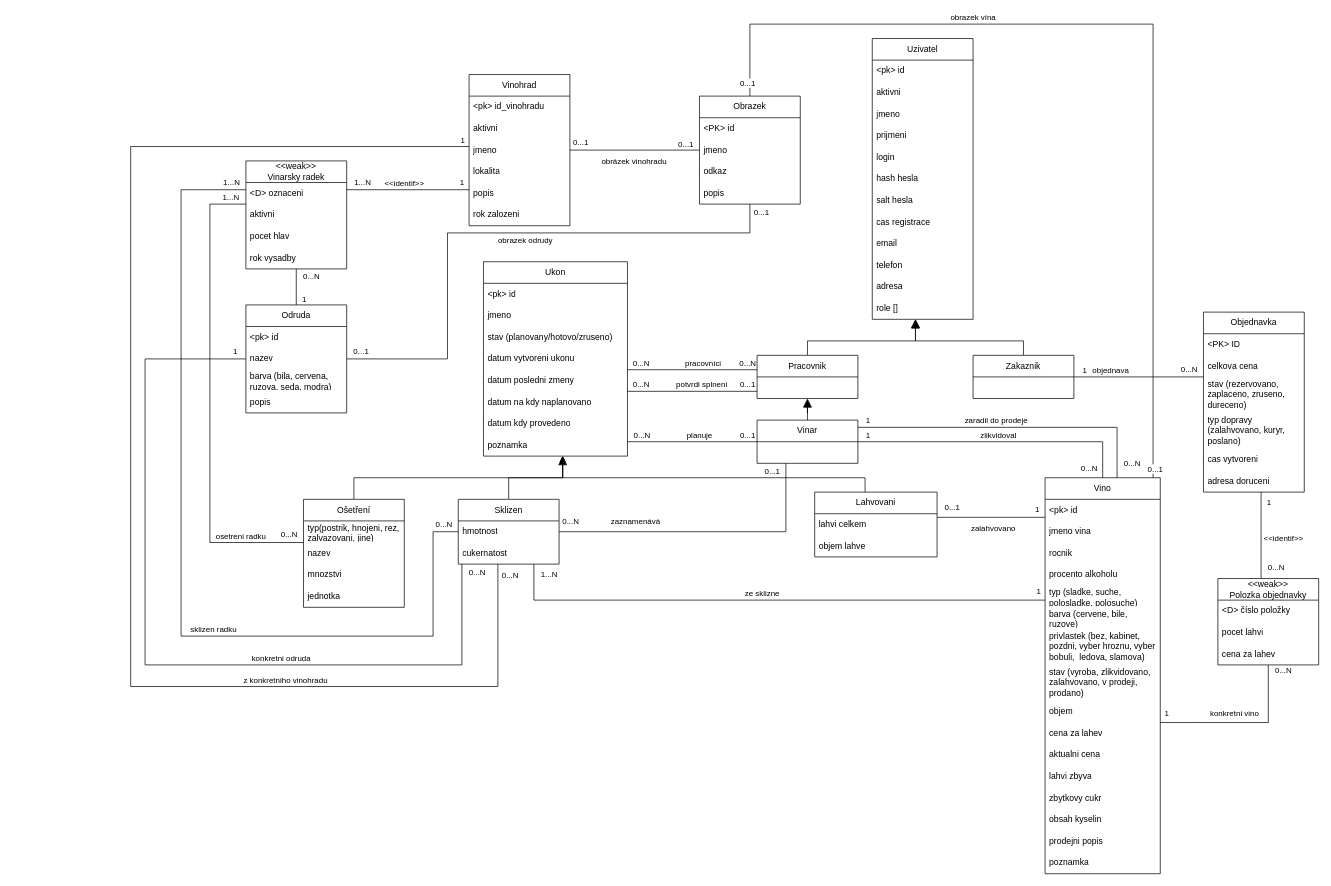
The draw.io diagram docs/iis_er.drawio in MiroSatona/winery-information-system, before the edit. Source tidied: cells renumbered, new cells numbered last; positions are measured from the earlier drawing's top-left corner, leaving out a move shared by most shapes. Both pictures are drawn from the tidied source at 72%, with x=0, y=0 at pixel (130, 24).
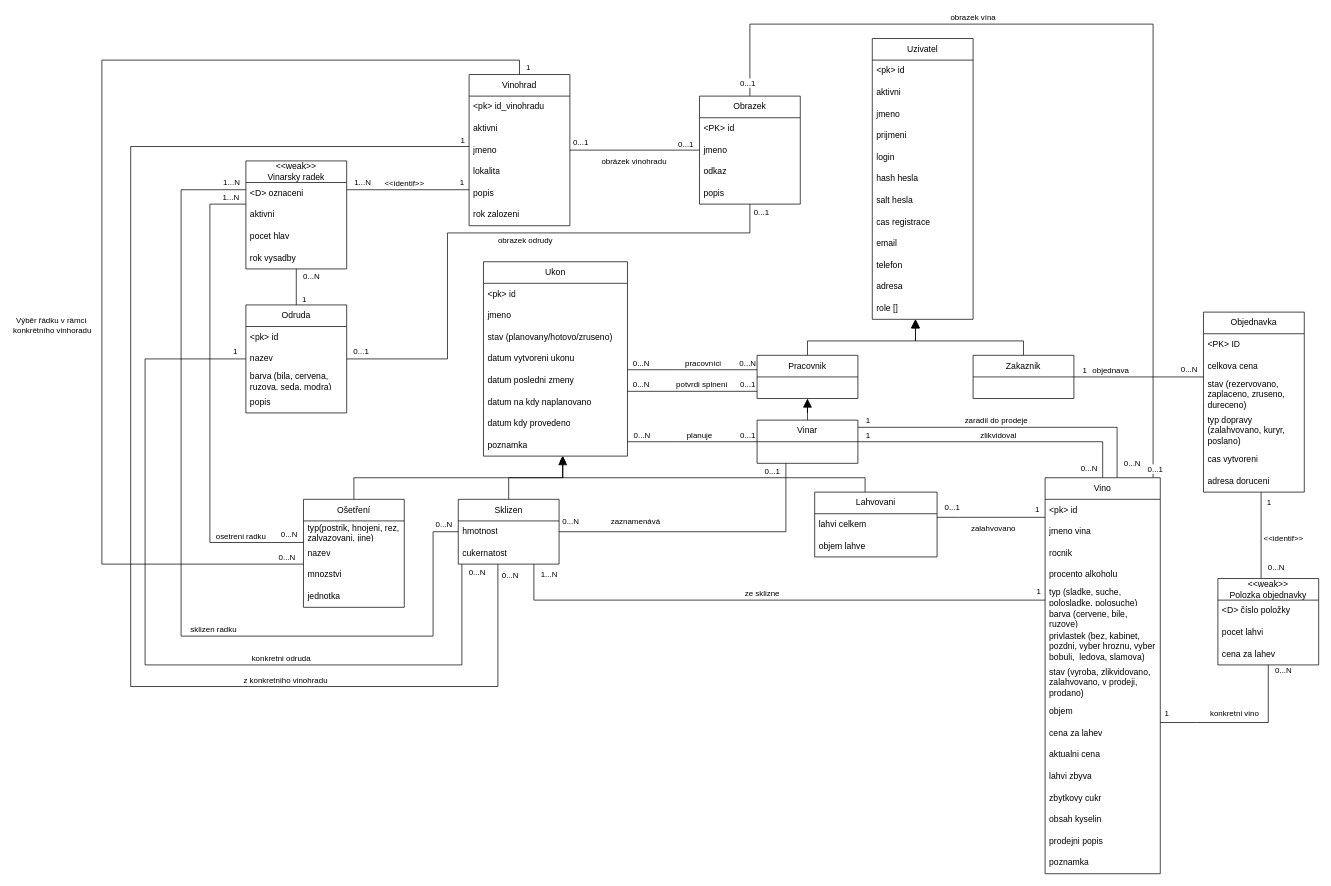
Above is the later version.

Commit message (it also covers changes not shown here):
feat: final versions of er diagram and normalization

Unchanged cells that the change refers to:
```xml
<mxCell id="6" value="&lt;div&gt;Vinohrad&lt;/div&gt;" style="swimlane;fontStyle=0;horizontal=1;startSize=30;whiteSpace=wrap;html=1;" parent="1" vertex="1">
  <mxGeometry x="470" y="70" width="140" height="210" as="geometry" />
</mxCell>
```

Diff of the diagram source:
```diff
@@
+    <mxCell id="173" style="edgeStyle=orthogonalEdgeStyle;rounded=0;jettySize=auto;html=1;entryX=0.5;entryY=0;entryDx=0;entryDy=0;endArrow=none;endFill=0;" parent="1" edge="1" target="6">
+      <mxGeometry relative="1" as="geometry">
+        <mxPoint x="240" y="750" as="sourcePoint" />
+        <Array as="points">
+          <mxPoint x="-40" y="750" />
+          <mxPoint x="-40" y="50" />
+          <mxPoint x="540" y="50" />
+        </Array>
+      </mxGeometry>
+    </mxCell>
+    <mxCell id="174" value="Výběr řádku v rámci&amp;nbsp;&lt;div&gt;konkrétního vinhoradu&lt;/div&gt;" style="edgeLabel;html=1;align=center;verticalAlign=middle;" parent="173" vertex="1">
+      <mxGeometry x="-0.12" y="2" relative="1" as="geometry">
+        <mxPoint x="-68" y="82" as="offset" />
+      </mxGeometry>
+    </mxCell>
+    <mxCell id="175" value="0...N" style="edgeLabel;html=1;align=center;verticalAlign=middle;" parent="173" vertex="1">
+      <mxGeometry x="-0.95" y="3" relative="1" as="geometry">
+        <mxPoint x="16" y="-13" as="offset" />
+      </mxGeometry>
+    </mxCell>
+    <mxCell id="176" value="1" style="edgeLabel;html=1;align=center;verticalAlign=middle;" parent="173" vertex="1">
+      <mxGeometry x="0.92" y="2" relative="1" as="geometry">
+        <mxPoint x="54" y="11" as="offset" />
+      </mxGeometry>
+    </mxCell>
```
